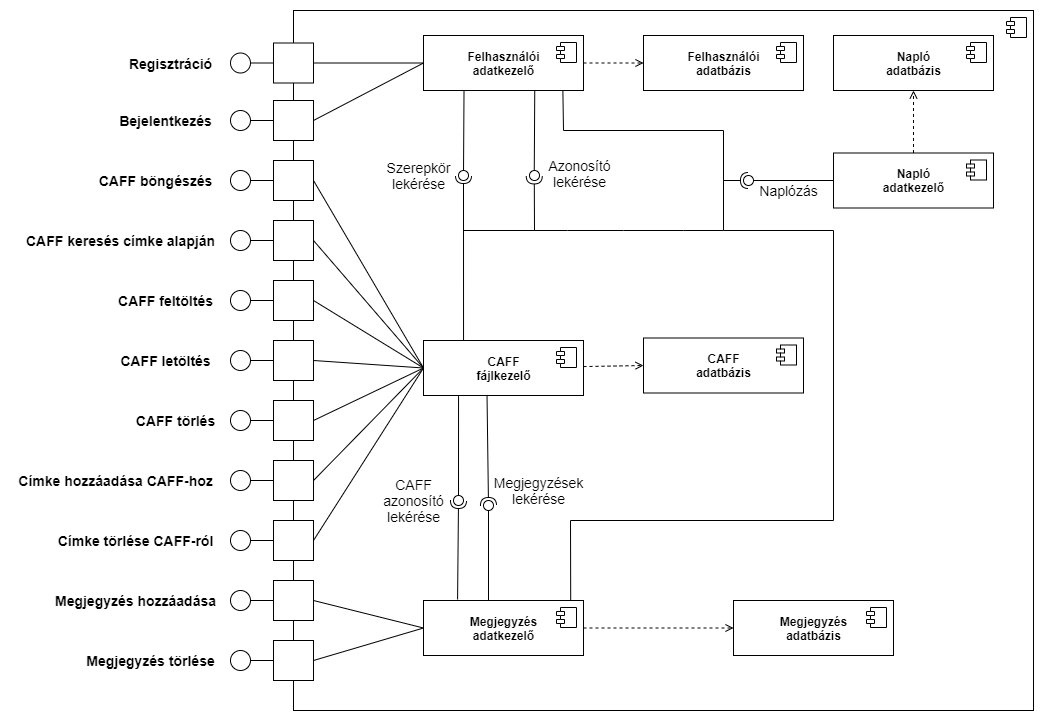
This is doc/img/component.drawio.png from amadehegedus/cool, a draw.io export, as it was before one commit. Source tidied: cells renumbered, new cells last; positions are measured from the earlier drawing's top-left corner, leaving out a move shared by most shapes.
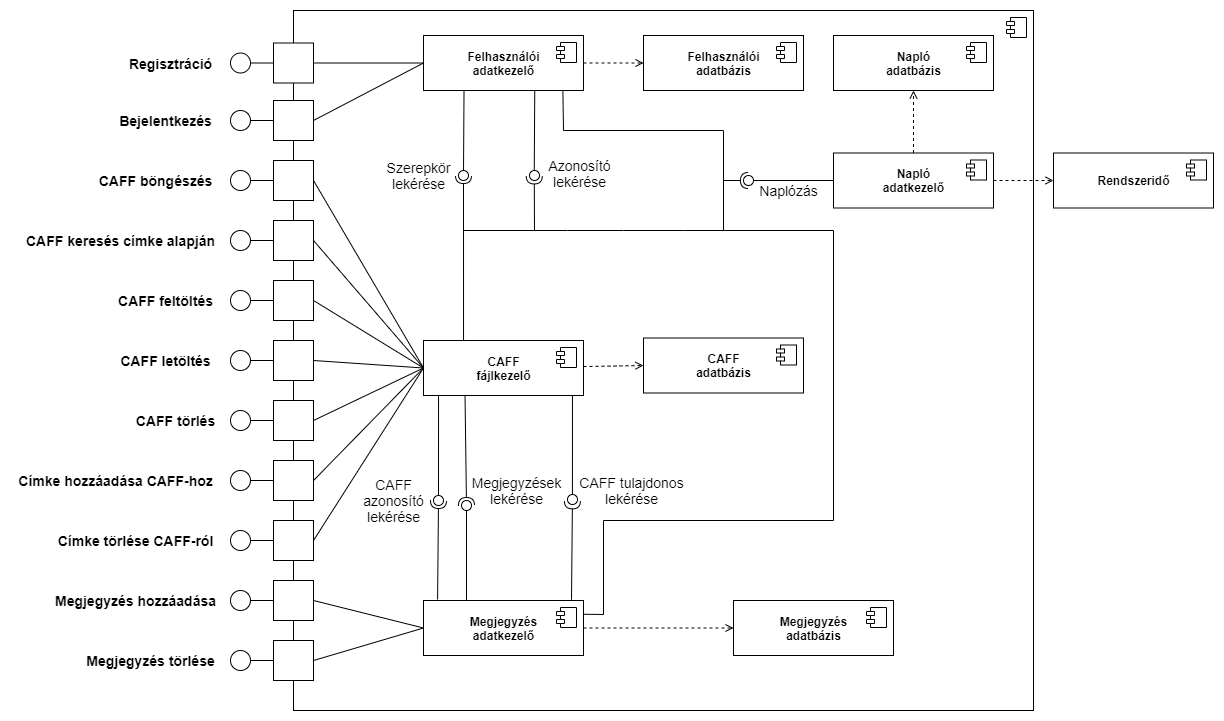
After the change.

What changed in the source:
```diff
@@ -191,6 +191,9 @@
     <mxCell id="56" style="edgeStyle=none;rounded=0;jettySize=auto;html=1;entryX=0.5;entryY=1;entryDx=0;entryDy=0;dashed=1;fontSize=14;endArrow=open;endFill=0;" parent="1" edge="1" source="57" target="59">
       <mxGeometry relative="1" as="geometry" />
     </mxCell>
+    <mxCell id="103" style="edgeStyle=none;rounded=0;jettySize=auto;html=1;entryX=0;entryY=0.5;entryDx=0;entryDy=0;fontSize=14;endArrow=open;endFill=0;dashed=1;" parent="1" edge="1" source="57" target="104">
+      <mxGeometry relative="1" as="geometry" />
+    </mxCell>
     <mxCell id="57" value="&lt;b&gt;Napló&lt;br&gt;adatkezelő&lt;/b&gt;" style="html=1;" parent="1" vertex="1">
       <mxGeometry x="823" y="142.5" width="160" height="55" as="geometry" />
     </mxCell>
@@ -271,11 +274,12 @@
     <mxCell id="80" style="edgeStyle=none;rounded=0;jettySize=auto;html=1;entryX=0;entryY=0.5;entryDx=0;entryDy=0;fontSize=14;endArrow=open;endFill=0;dashed=1;" parent="1" edge="1" source="82" target="84">
       <mxGeometry relative="1" as="geometry" />
     </mxCell>
-    <mxCell id="81" style="edgeStyle=none;rounded=0;jettySize=auto;html=1;fontSize=14;endArrow=none;endFill=0;exitX=0.92;exitY=0.006;exitDx=0;exitDy=0;exitPerimeter=0;" parent="1" edge="1" source="82">
+    <mxCell id="81" style="edgeStyle=none;rounded=0;jettySize=auto;html=1;fontSize=14;endArrow=none;endFill=0;exitX=1;exitY=0.25;exitDx=0;exitDy=0;" parent="1" edge="1" source="82">
       <mxGeometry relative="1" as="geometry">
         <mxPoint x="713" y="220" as="targetPoint" />
         <Array as="points">
-          <mxPoint x="560" y="510" />
+          <mxPoint x="593" y="604" />
+          <mxPoint x="593" y="510" />
           <mxPoint x="823" y="510" />
           <mxPoint x="823" y="220" />
           <mxPoint x="713" y="220" />
@@ -343,33 +347,67 @@
     <mxCell id="94" value="Azonosító&lt;br&gt;lekérése" style="text;html=1;align=center;verticalAlign=middle;strokeColor=none;fillColor=none;fontSize=14;" parent="1" vertex="1">
       <mxGeometry x="529" y="142.5" width="80" height="40" as="geometry" />
     </mxCell>
-    <mxCell id="95" style="rounded=0;jettySize=auto;html=1;endArrow=none;endFill=0;sketch=0;sourcePerimeterSpacing=0;targetPerimeterSpacing=0;fontSize=14;exitX=0.219;exitY=1.012;exitDx=0;exitDy=0;exitPerimeter=0;" parent="1" edge="1" source="74" target="97">
-      <mxGeometry relative="1" as="geometry" />
+    <mxCell id="95" style="rounded=0;orthogonalLoop=1;jettySize=auto;html=1;endArrow=none;endFill=0;sketch=0;sourcePerimeterSpacing=0;targetPerimeterSpacing=0;fontSize=14;exitX=0.219;exitY=1.012;exitDx=0;exitDy=0;exitPerimeter=0;" parent="1" edge="1">
+      <mxGeometry relative="1" as="geometry">
+        <mxPoint x="428" y="385.7" as="sourcePoint" />
+        <mxPoint x="428" y="485" as="targetPoint" />
+      </mxGeometry>
     </mxCell>
-    <mxCell id="96" style="rounded=0;jettySize=auto;html=1;endArrow=halfCircle;endFill=0;endSize=6;strokeWidth=1;sketch=0;fontSize=14;exitX=0.213;exitY=-0.018;exitDx=0;exitDy=0;exitPerimeter=0;" parent="1" edge="1" source="82">
+    <mxCell id="96" style="rounded=0;orthogonalLoop=1;jettySize=auto;html=1;endArrow=halfCircle;endFill=0;endSize=6;strokeWidth=1;sketch=0;fontSize=14;exitX=0.213;exitY=-0.018;exitDx=0;exitDy=0;exitPerimeter=0;" parent="1" edge="1">
       <mxGeometry relative="1" as="geometry">
-        <mxPoint x="448" y="490" as="targetPoint" />
+        <mxPoint x="427.1" y="589" as="sourcePoint" />
+        <mxPoint x="428" y="490" as="targetPoint" />
       </mxGeometry>
     </mxCell>
     <mxCell id="97" style="ellipse;whiteSpace=wrap;html=1;align=center;points=[];outlineConnect=0;sketch=0;fontSize=14;" parent="1" vertex="1">
-      <mxGeometry x="443" y="485" width="10" height="10" as="geometry" />
+      <mxGeometry x="423" y="485" width="10" height="10" as="geometry" />
     </mxCell>
     <mxCell id="98" value="CAFF&lt;br&gt;azonosító&lt;br&gt;lekérése" style="text;html=1;align=center;verticalAlign=middle;strokeColor=none;fillColor=none;fontSize=14;" parent="1" vertex="1">
-      <mxGeometry x="363" y="460" width="80" height="60" as="geometry" />
+      <mxGeometry x="343" y="460" width="80" height="60" as="geometry" />
     </mxCell>
-    <mxCell id="99" style="rounded=0;jettySize=auto;html=1;endArrow=none;endFill=0;sketch=0;sourcePerimeterSpacing=0;targetPerimeterSpacing=0;fontSize=14;" parent="1" edge="1" target="101">
+    <mxCell id="99" style="rounded=0;orthogonalLoop=1;jettySize=auto;html=1;endArrow=none;endFill=0;sketch=0;sourcePerimeterSpacing=0;targetPerimeterSpacing=0;fontSize=14;" parent="1" edge="1">
       <mxGeometry relative="1" as="geometry">
-        <mxPoint x="478" y="590" as="sourcePoint" />
+        <mxPoint x="456" y="590" as="sourcePoint" />
+        <mxPoint x="456" y="500" as="targetPoint" />
       </mxGeometry>
     </mxCell>
-    <mxCell id="100" style="rounded=0;jettySize=auto;html=1;endArrow=halfCircle;endFill=0;entryX=0.5;entryY=0.5;endSize=6;strokeWidth=1;sketch=0;fontSize=14;exitX=0.397;exitY=0.99;exitDx=0;exitDy=0;exitPerimeter=0;" parent="1" edge="1" source="74" target="101">
-      <mxGeometry relative="1" as="geometry" />
+    <mxCell id="100" style="rounded=0;orthogonalLoop=1;jettySize=auto;html=1;endArrow=halfCircle;endFill=0;entryX=0.5;entryY=0.5;endSize=6;strokeWidth=1;sketch=0;fontSize=14;exitX=0.397;exitY=0.99;exitDx=0;exitDy=0;exitPerimeter=0;" parent="1" edge="1">
+      <mxGeometry relative="1" as="geometry">
+        <mxPoint x="454.5" y="384.5" as="sourcePoint" />
+        <mxPoint x="456" y="495" as="targetPoint" />
+      </mxGeometry>
     </mxCell>
     <mxCell id="101" style="ellipse;whiteSpace=wrap;html=1;align=center;points=[];outlineConnect=0;sketch=0;fontSize=14;" parent="1" vertex="1">
-      <mxGeometry x="473" y="490" width="10" height="10" as="geometry" />
+      <mxGeometry x="451" y="490" width="10" height="10" as="geometry" />
     </mxCell>
     <mxCell id="102" value="Megjegyzések&lt;br&gt;lekérése" style="text;html=1;align=center;verticalAlign=middle;strokeColor=none;fillColor=none;fontSize=14;" parent="1" vertex="1">
-      <mxGeometry x="473" y="460" width="110" height="40" as="geometry" />
+      <mxGeometry x="451" y="460" width="110" height="40" as="geometry" />
     </mxCell>
+    <mxCell id="104" value="&lt;b&gt;Rendszeridő&lt;/b&gt;" style="html=1;" parent="1" vertex="1">
+      <mxGeometry x="1043" y="142.5" width="160" height="55" as="geometry" />
+    </mxCell>
+    <mxCell id="105" style="shape=module;jettyWidth=8;jettyHeight=4;" parent="104" vertex="1">
+      <mxGeometry x="1" width="20" height="20" relative="1" as="geometry">
+        <mxPoint x="-27" y="7" as="offset" />
+      </mxGeometry>
+    </mxCell>
+    <mxCell id="106" value="CAFF tulajdonos&lt;br&gt;lekérése" style="text;html=1;align=center;verticalAlign=middle;strokeColor=none;fillColor=none;fontSize=14;" parent="1" vertex="1">
+      <mxGeometry x="561" y="460" width="120" height="40" as="geometry" />
+    </mxCell>
+    <mxCell id="107" style="rounded=0;orthogonalLoop=1;jettySize=auto;html=1;endArrow=none;endFill=0;sketch=0;sourcePerimeterSpacing=0;targetPerimeterSpacing=0;fontSize=14;exitX=0.219;exitY=1.012;exitDx=0;exitDy=0;exitPerimeter=0;" parent="1" edge="1">
+      <mxGeometry relative="1" as="geometry">
+        <mxPoint x="562" y="385" as="sourcePoint" />
+        <mxPoint x="561.9" y="484.3" as="targetPoint" />
+      </mxGeometry>
+    </mxCell>
+    <mxCell id="108" style="rounded=0;orthogonalLoop=1;jettySize=auto;html=1;endArrow=halfCircle;endFill=0;endSize=6;strokeWidth=1;sketch=0;fontSize=14;exitX=0.213;exitY=-0.018;exitDx=0;exitDy=0;exitPerimeter=0;" parent="1" edge="1">
+      <mxGeometry relative="1" as="geometry">
+        <mxPoint x="561" y="589.4" as="sourcePoint" />
+        <mxPoint x="561.9" y="490.3" as="targetPoint" />
+      </mxGeometry>
+    </mxCell>
+    <mxCell id="109" style="ellipse;whiteSpace=wrap;html=1;align=center;sketch=0;fontSize=14;" parent="1" vertex="1">
+      <mxGeometry x="557" y="484" width="10" height="10" as="geometry" />
+    </mxCell>
   </root>
 </mxGraphModel>
```
